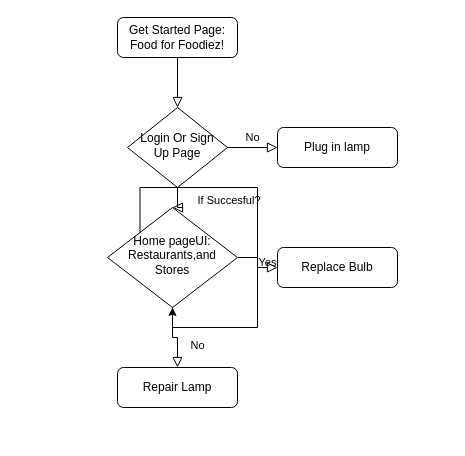
Before: Untitled Diagram.drawio in cohaya1/Foodiez, a draw.io diagram. Source tidied: cells renumbered, new cells numbered last; positions are measured from the earlier drawing's top-left corner, leaving out a move shared by most shapes. Both pictures are drawn from the tidied source at 100%, with x=0, y=0 at pixel (107, 17).
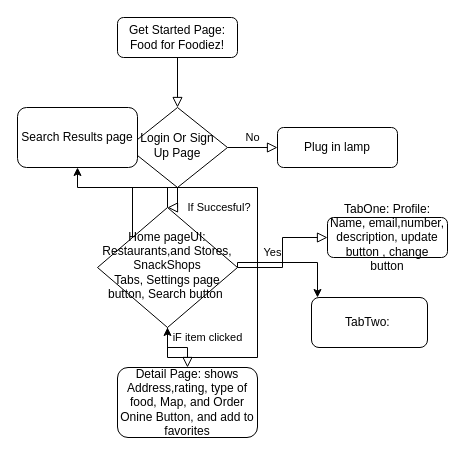
Above is the later version.

Commit message:
added the first tab and more UI details

The change refers to these unchanged cells:
```xml
<mxCell id="6" value="Login Or Sign Up Page" style="rhombus;whiteSpace=wrap;html=1;shadow=0;fontFamily=Helvetica;fontSize=12;align=center;strokeWidth=1;spacing=6;spacingTop=-4;" parent="1" vertex="1">
  <mxGeometry x="20" y="90" width="100" height="80" as="geometry" />
</mxCell>
```

The edit, as a diff of the source:
```diff
@@
     <mxCell id="4" value="&amp;nbsp;If Succesful?" style="rounded=0;html=1;jettySize=auto;fontSize=11;endArrow=block;endFill=0;endSize=8;strokeWidth=1;shadow=0;labelBackgroundColor=none;edgeStyle=orthogonalEdgeStyle;" parent="1" edge="1" source="6" target="10">
-      <mxGeometry y="50" relative="1" as="geometry" />
+      <mxGeometry x="0.33" y="-40" relative="1" as="geometry">
+        <mxPoint x="40" y="40" as="offset" />
+      </mxGeometry>
     </mxCell>
@@
-    <mxCell id="8" value="No" style="rounded=0;html=1;jettySize=auto;fontSize=11;endArrow=block;endFill=0;endSize=8;strokeWidth=1;shadow=0;labelBackgroundColor=none;edgeStyle=orthogonalEdgeStyle;" parent="1" edge="1" source="10" target="11">
-      <mxGeometry x="0.33" y="20" relative="1" as="geometry" />
+    <mxCell id="8" value="iF item clicked" style="rounded=0;html=1;jettySize=auto;fontSize=11;endArrow=block;endFill=0;endSize=8;strokeWidth=1;shadow=0;labelBackgroundColor=none;edgeStyle=orthogonalEdgeStyle;" parent="1" edge="1" source="10" target="11">
+      <mxGeometry x="0.33" y="22" relative="1" as="geometry">
+        <mxPoint x="-2" y="-10" as="offset" />
+      </mxGeometry>
     </mxCell>
@@
+    <mxCell id="14" style="edgeStyle=orthogonalEdgeStyle;rounded=0;jettySize=auto;html=1;exitX=1;exitY=0.5;exitDx=0;exitDy=0;" parent="1" edge="1" source="10" target="16">
+      <mxGeometry relative="1" as="geometry">
+        <Array as="points">
+          <mxPoint x="210" y="245" />
+        </Array>
+      </mxGeometry>
+    </mxCell>
+    <mxCell id="15" style="edgeStyle=orthogonalEdgeStyle;rounded=0;jettySize=auto;html=1;" parent="1" edge="1" source="10" target="17">
+      <mxGeometry relative="1" as="geometry" />
+    </mxCell>
-    <mxCell id="10" value="Home pageUI:&lt;br&gt;Restaurants,and Stores" style="rhombus;whiteSpace=wrap;html=1;shadow=0;fontFamily=Helvetica;fontSize=12;align=center;strokeWidth=1;spacing=6;spacingTop=-4;" parent="1" vertex="1">
-      <mxGeometry y="190" width="130" height="100" as="geometry" />
+    <mxCell id="10" value="Home pageUI:&lt;br&gt;Restaurants,and Stores, SnackShops&lt;br&gt;Tabs, Settings page button, Search button&amp;nbsp;" style="rhombus;whiteSpace=wrap;html=1;shadow=0;fontFamily=Helvetica;fontSize=12;align=center;strokeWidth=1;spacing=6;spacingTop=-4;" parent="1" vertex="1">
+      <mxGeometry x="-10" y="190" width="140" height="120" as="geometry" />
     </mxCell>
-    <mxCell id="11" value="Repair Lamp" style="rounded=1;whiteSpace=wrap;html=1;fontSize=12;glass=0;strokeWidth=1;shadow=0;" parent="1" vertex="1">
-      <mxGeometry x="10" y="350" width="120" height="40" as="geometry" />
+    <mxCell id="11" value="Detail Page: shows Address,rating, type of food, Map, and Order Onine Button, and add to favorites" style="rounded=1;whiteSpace=wrap;html=1;fontSize=12;glass=0;strokeWidth=1;shadow=0;" parent="1" vertex="1">
+      <mxGeometry x="10" y="350" width="140" height="70" as="geometry" />
     </mxCell>
-    <mxCell id="12" value="Replace Bulb" style="rounded=1;whiteSpace=wrap;html=1;fontSize=12;glass=0;strokeWidth=1;shadow=0;" parent="1" vertex="1">
-      <mxGeometry x="170" y="230" width="120" height="40" as="geometry" />
+    <mxCell id="12" value="TabOne: Profile: Name, email,number, description, update button , change button" style="rounded=1;whiteSpace=wrap;html=1;fontSize=12;glass=0;strokeWidth=1;shadow=0;" parent="1" vertex="1">
+      <mxGeometry x="220" y="200" width="120" height="40" as="geometry" />
     </mxCell>
     <mxCell id="13" style="edgeStyle=orthogonalEdgeStyle;rounded=0;orthogonalLoop=1;jettySize=auto;html=1;exitX=0;exitY=0;exitDx=0;exitDy=0;" parent="1" edge="1" source="10" target="10">
-      <mxGeometry relative="1" as="geometry" />
+      <mxGeometry relative="1" as="geometry">
+        <Array as="points">
+          <mxPoint x="25" y="170" />
+          <mxPoint x="150" y="170" />
+          <mxPoint x="150" y="340" />
+          <mxPoint x="60" y="340" />
+        </Array>
+      </mxGeometry>
     </mxCell>
+    <mxCell id="16" value="TabTwo:&amp;nbsp;" style="rounded=1;whiteSpace=wrap;html=1;" parent="1" vertex="1">
+      <mxGeometry x="204" y="280" width="116" height="50" as="geometry" />
+    </mxCell>
+    <mxCell id="17" value="Search Results page" style="rounded=1;whiteSpace=wrap;html=1;" parent="1" vertex="1">
+      <mxGeometry x="-90" y="90" width="120" height="60" as="geometry" />
+    </mxCell>
```
